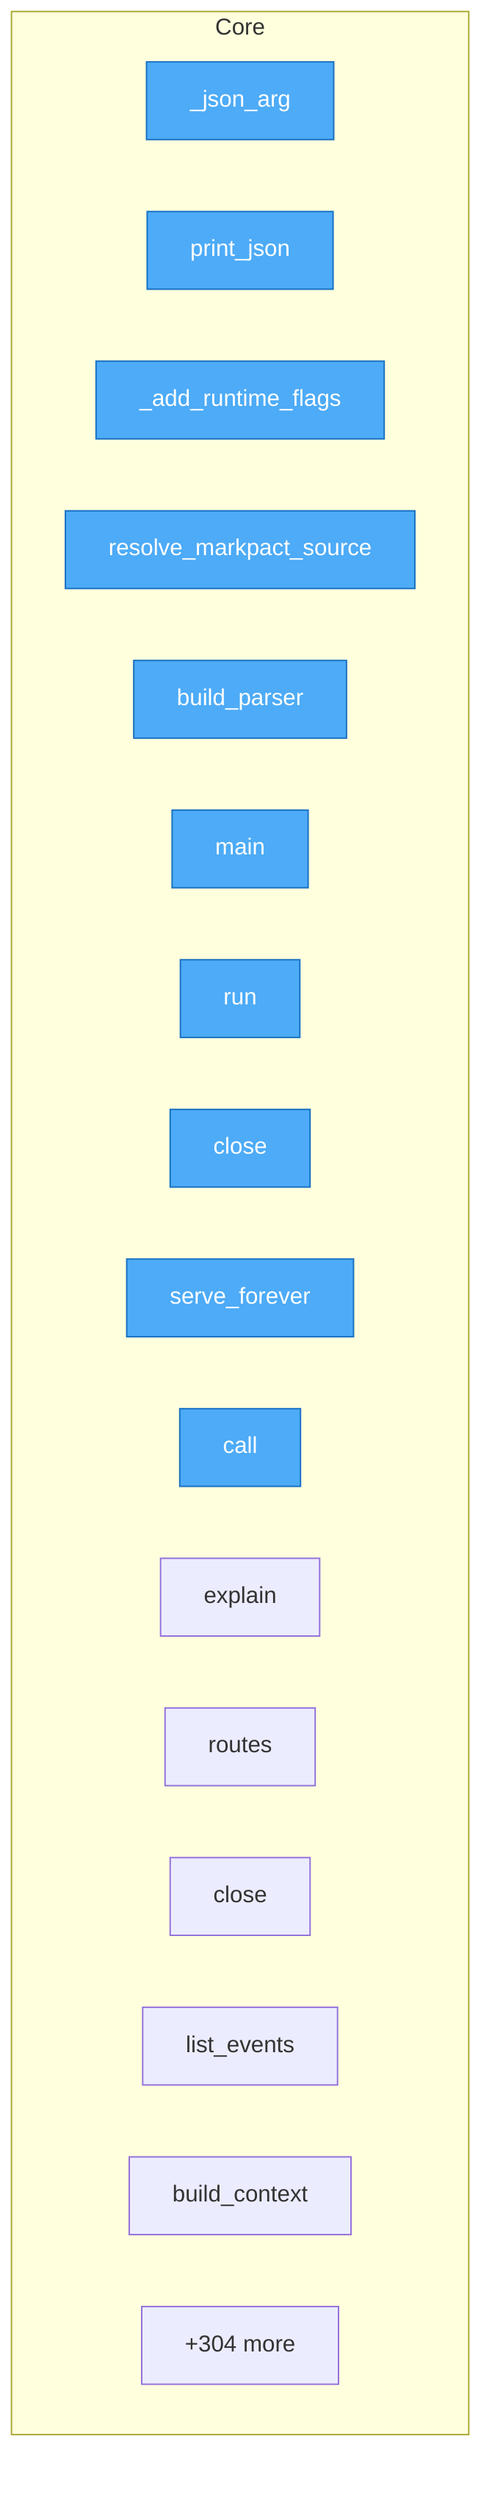
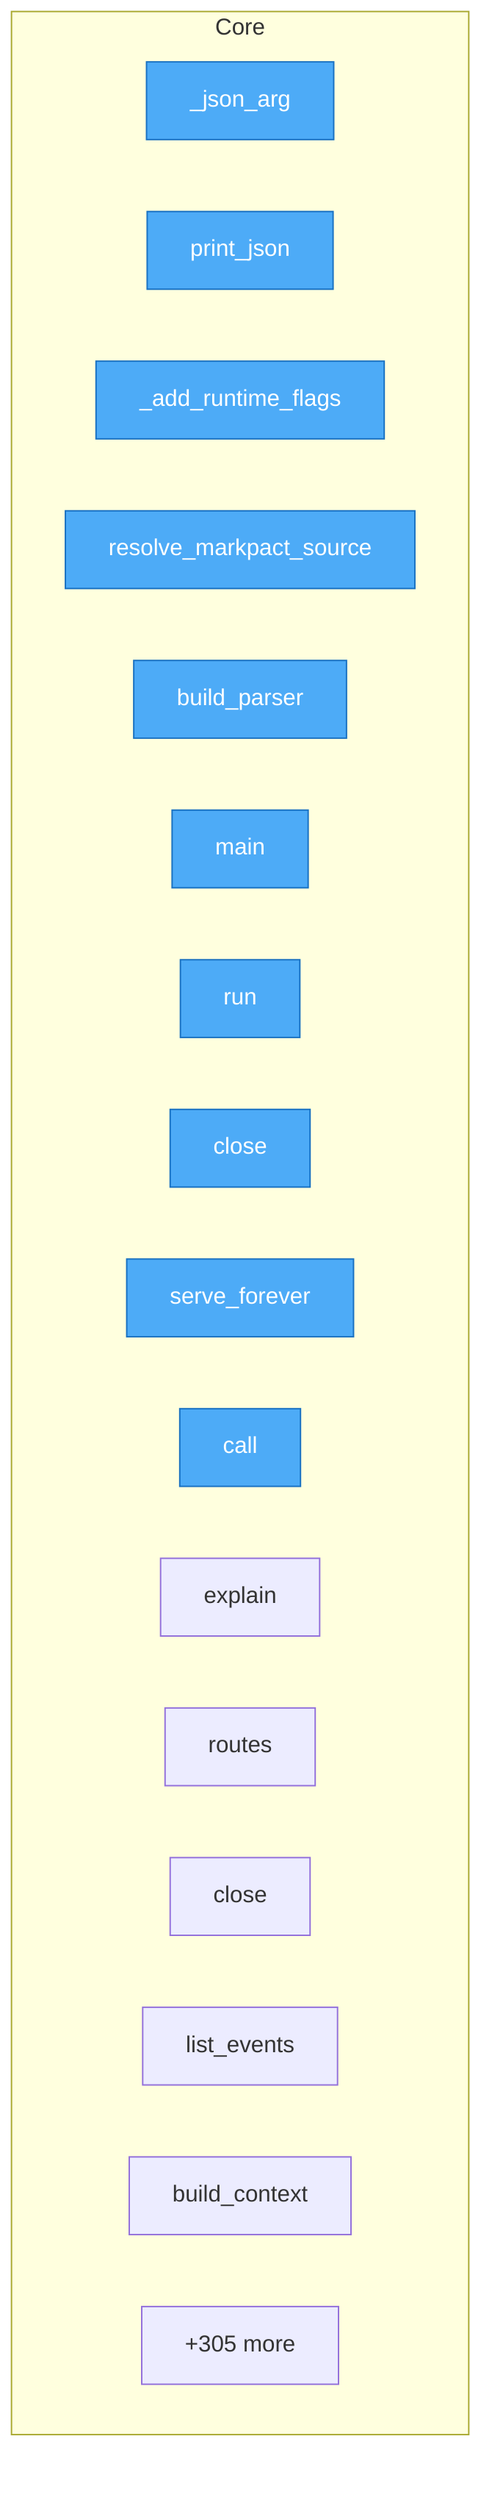
flowchart TD
- %% generated in 0.01s
+ %% generated in 0.02s

    %% Entry points (blue)
    classDef entry fill:#4dabf7,stroke:#1971c2,color:#fff

    subgraph Core
        src__urisys__cli___json_arg["_json_arg"]
        src__urisys__cli__print_json["print_json"]
        src__urisys__cli___add_runtime_flags["_add_runtime_flags"]
        src__urisys__cli__resolve_markpact_source["resolve_markpact_source"]
        src__urisys__cli__build_parser["build_parser"]
        src__urisys__cli__main["main"]
        src__urisys__controllers__flow_controller__FlowController__run["run"]
        src__urisys__controllers__flow_controller__FlowController__close["close"]
        src__urisys__controllers__server_controller__ServerController__serve_forever["serve_forever"]
        src__urisys__controllers__uri_controller__UriController__call["call"]
        src__urisys__controllers__uri_controller__UriController__explain["explain"]
        src__urisys__controllers__uri_controller__UriController__routes["routes"]
        src__urisys__controllers__uri_controller__UriController__close["close"]
        src__urisys__managers__event_manager__EventManager__list_events["list_events"]
        src__urisys__managers__policy_manager__PolicyManager__build_context["build_context"]
-         ...["+304 more"]
+         ...["+305 more"]
    end

    class src__urisys__cli___json_arg,src__urisys__cli__print_json,src__urisys__cli___add_runtime_flags,src__urisys__cli__resolve_markpact_source,src__urisys__cli__build_parser,src__urisys__cli__main,src__urisys__controllers__flow_controller__FlowController__run,src__urisys__controllers__flow_controller__FlowController__close,src__urisys__controllers__server_controller__ServerController__serve_forever,src__urisys__controllers__uri_controller__UriController__call entry
